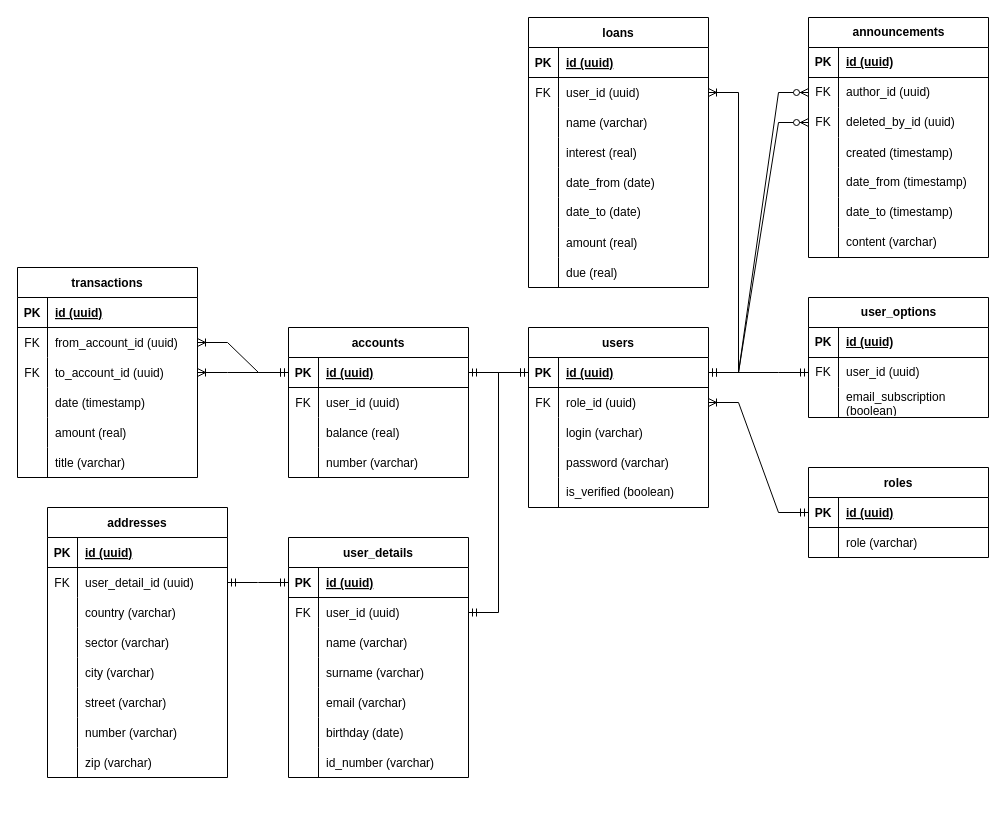
Before: bank database.drawio in Wadowski-Mateusz/bankApp, a draw.io diagram. Source tidied: cells renumbered, new cells numbered last; positions are measured from the earlier drawing's top-left corner, leaving out a move shared by most shapes. Both pictures are drawn from the tidied source at 100%, with x=0, y=0 at pixel (17, 17).
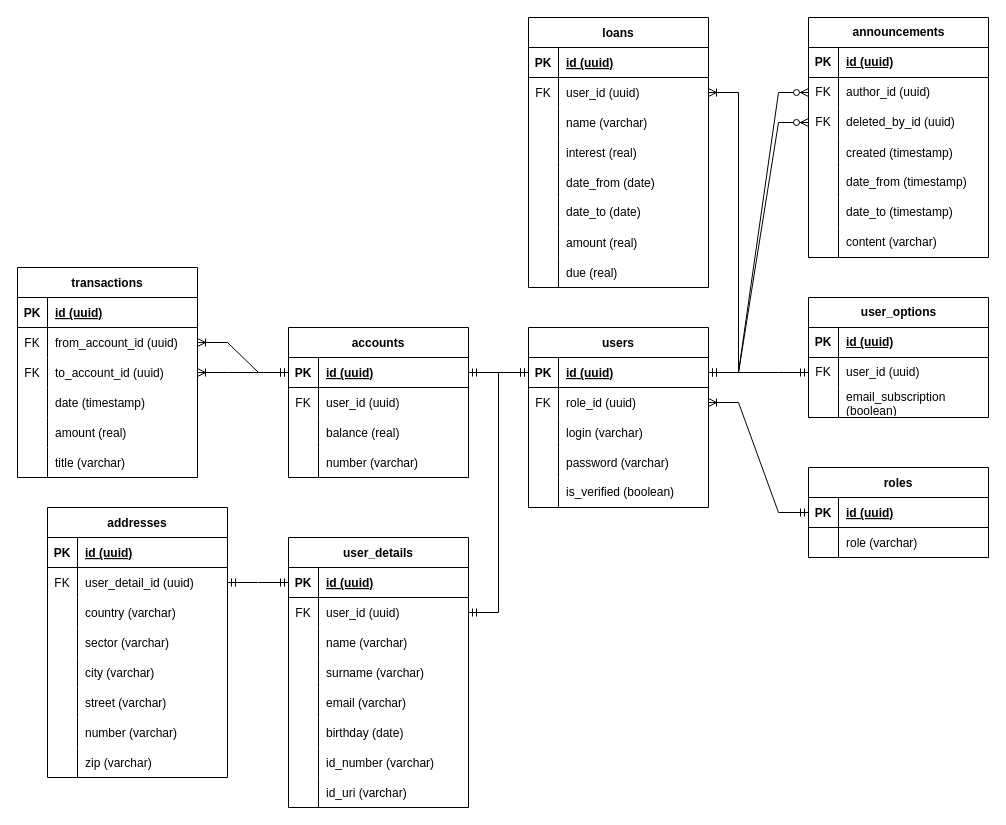
The same page after the edit.

What changed in the source:
```diff
@@
     <mxCell id="63" value="user_details" style="shape=table;startSize=30;childLayout=tableLayout;rowLines=0;fontStyle=1;align=center;" parent="1" vertex="1">
-      <mxGeometry x="271" y="520" width="180" height="240" as="geometry" />
+      <mxGeometry x="271" y="520" width="180" height="270" as="geometry" />
     </mxCell>
@@
+    <mxCell id="171" style="shape=tableRow;horizontal=0;startSize=0;swimlaneHead=0;swimlaneBody=0;fillColor=none;top=0;left=0;right=0;bottom=0;" parent="63" vertex="1">
+      <mxGeometry y="240" width="180" height="30" as="geometry" />
+    </mxCell>
+    <mxCell id="172" style="shape=partialRectangle;fillColor=none;top=0;left=0;bottom=0;right=0;overflow=hidden;" parent="171" vertex="1">
+      <mxGeometry width="30" height="30" as="geometry" />
+    </mxCell>
+    <mxCell id="173" value="id_uri (varchar)" style="shape=partialRectangle;fillColor=none;top=0;left=0;bottom=0;right=0;align=left;spacingLeft=6;overflow=hidden;" parent="171" vertex="1">
+      <mxGeometry x="30" width="150" height="30" as="geometry" />
+    </mxCell>
```
